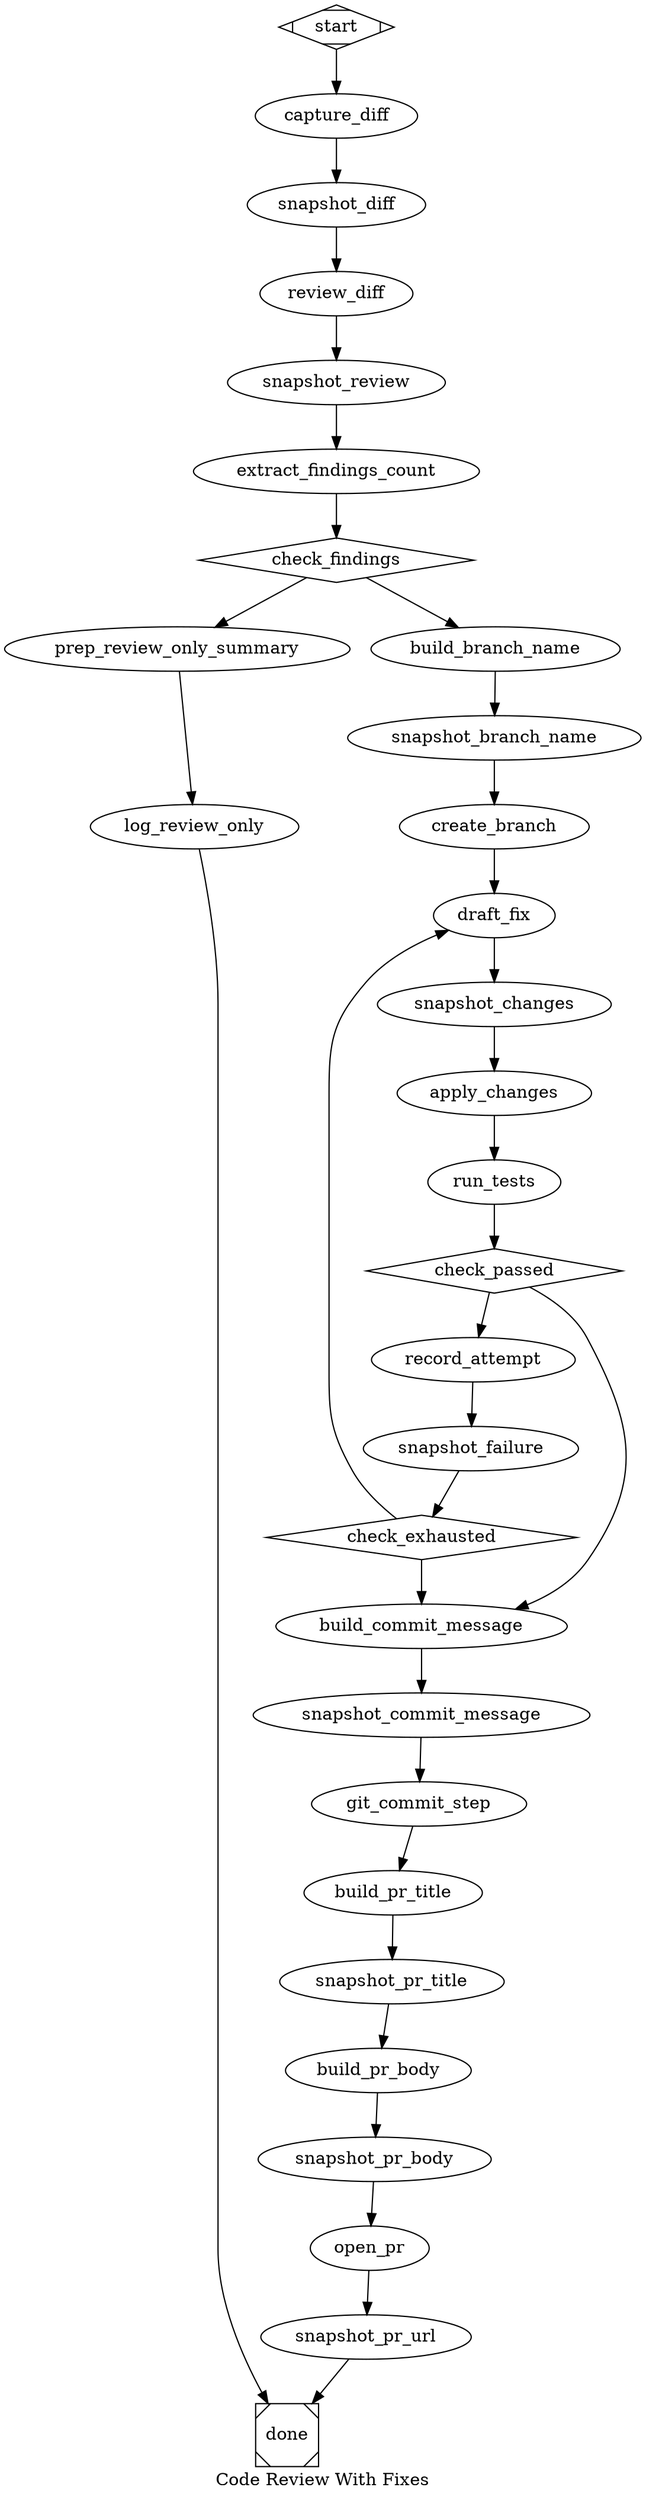
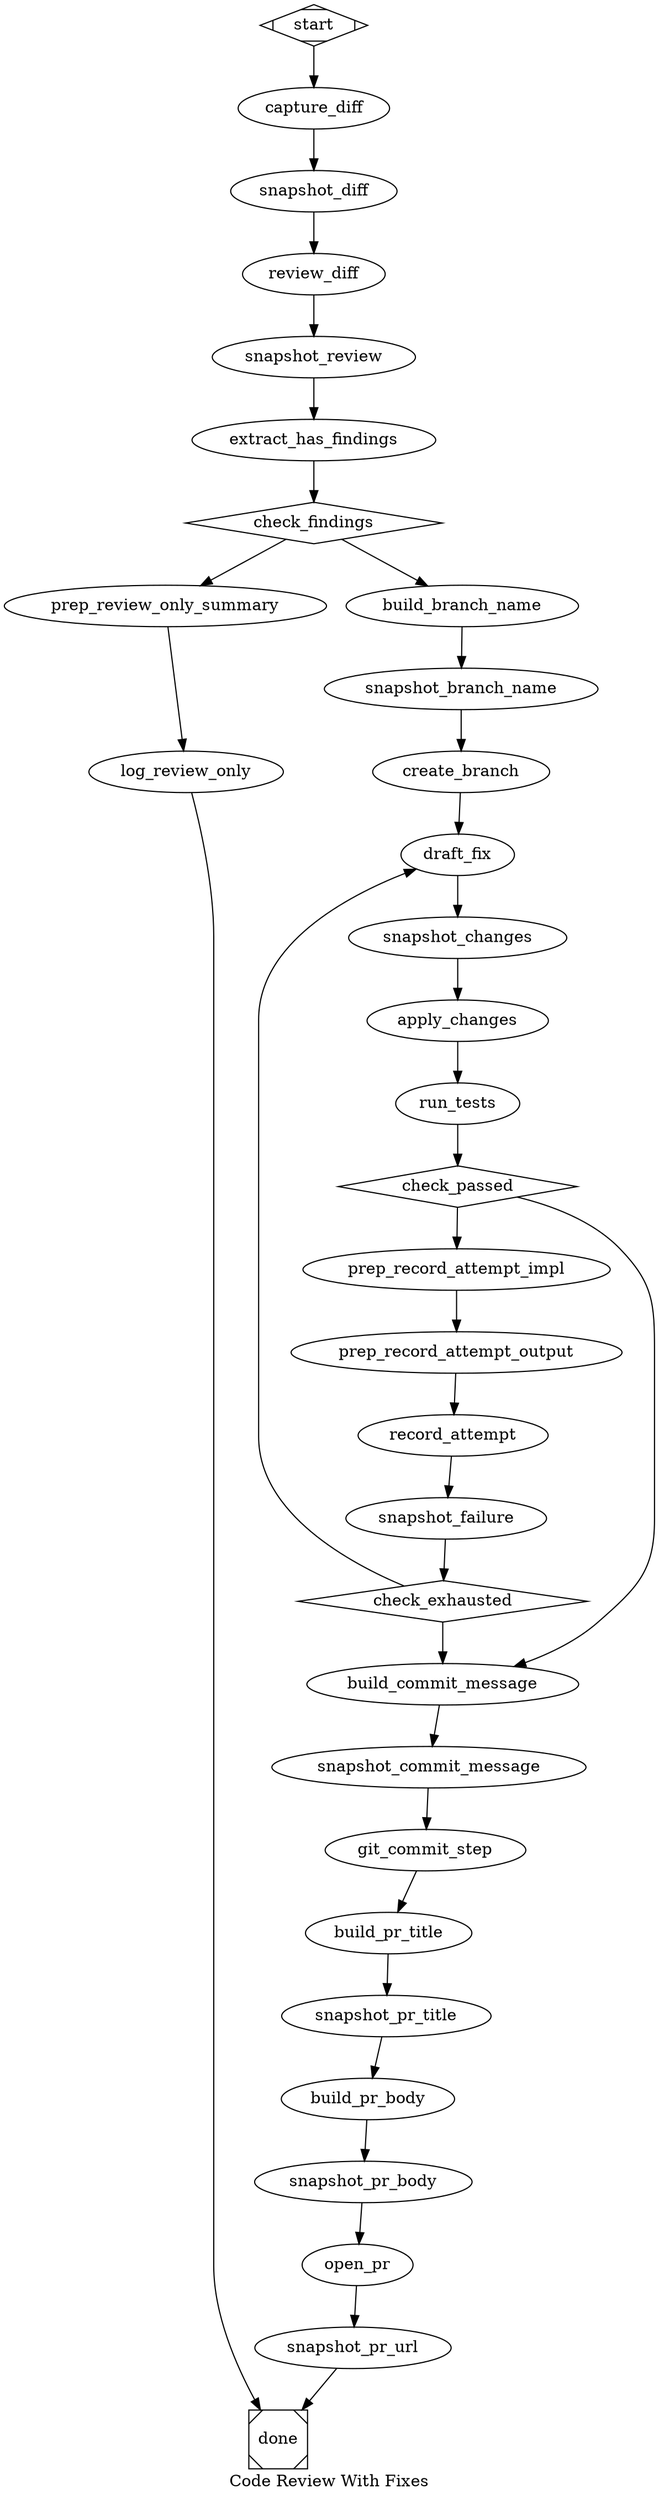
// Code Review With Fixes — Review → Draft Fix → Test → Iterate → PR
//
// On-demand code review pipeline that reads a git diff range, asks an
// LLM to identify issues and draft concrete code fixes, applies the
// fixes to a new branch, runs the test gate, and iterates if tests fail.
// Always ends with a PR (passing or failed-iteration-exhausted) so the
// human reviewer sees the full attempt.
//
// Modeled on `apps/arbor_orchestrator/specs/pipelines/examples/tdd-cycle.dot`'s
// iterate-until-pass shape. Differences:
//   - input is a git diff range, not a spec
//   - terminus is a PR open, not a status flag
//   - failure mode opens a PR with a "manual review needed" status
//     instead of just returning :exhausted
//
// Pipeline shape:
//
//   git_diff (shell) → review_diff (LLM) → check_findings (gate)
//     no findings  → write_review_only_pr → done
//     has findings → create_branch (action: git_branch)
//       → draft_fix (LLM) → apply_fix (action: file_write per file)
//         → run_tests (mix.test) → check_passed (gate)
//             pass → commit + github_pr → done
//             fail → record_attempt (bump counter, snapshot failure)
//               → check_exhausted (gate)
//                   exhausted → commit + github_pr(with "needs manual review")
//                              → done
//                   not exhausted → draft_fix (loop)
//
// Context in (set via initial_values when calling Orchestrator.run, or
// passed as Oban worker args):
//   diff_range       — git diff range to review (default "HEAD~3..HEAD")
//   workdir          — repo path (default `pwd`)
//   max_iterations   — integer cap on fix attempts (default 3)
//   session.agent_id — signing principal (set by PipelineRunner)
//
// Context out (read by caller from the final context):
//   converged        — boolean, true iff tests passed after fixes
//   iteration        — number of fix attempts made
//   pr_url           — URL of the opened PR
//   last_failure     — final test runner output (empty if converged)
//
// Capabilities required (declared in code_review_with_fixes.caps.json):
//   arbor://shell/exec/git           — git_diff, git_branch, git_commit
//   arbor://shell/exec/mix/test      — running the test gate
//   arbor://shell/exec/gh            — github_pr action shells to gh
//   arbor://fs/read/<repo>/**        — read source for context
//   arbor://fs/write/<repo>/**       — write fix files

digraph CodeReviewWithFixes {
  graph [
    goal="Review a git diff, draft fixes, iterate until tests pass, open a PR",
    label="Code Review With Fixes",
    default_max_retries="0"
  ]

  start [shape=Mdiamond]

  // ── Phase 0: Capture the diff to review ────────────────────────────

  // Default to HEAD~3..HEAD when caller didn't override.
  // Shell node stdout lands in shell.<id>.output (not last_response —
  // see the 2026-06-05 ShellHandler clobber fix in commit 308333df).
  capture_diff [
    type="shell",
    command="git diff ${diff_range:-HEAD~3..HEAD}",
-     sandbox="basic",
+     sandbox="none",
    timeout="30000",
    on_error="fail",
    data_class="internal"
  ]

  // Snapshot the diff onto a stable key the reviewer can read.
  snapshot_diff [
    type="transform",
    transform="identity",
    source_key="shell.capture_diff.output",
    output_key="diff_content"
  ]

  // ── Phase 1: Review the diff ───────────────────────────────────────

  // Single reviewer (not council). Fixes need a coherent voice — multi-
  // model synthesis works for review-only pipelines but fragments when
  // the same output has to drive concrete code changes.
  //
  // Output contract: JSON with `findings` (list of {file, line, issue,
  // suggested_fix}) and `summary`. The schema is enforced by the
  // system_prompt; downstream gates read `findings` to decide whether
  // there's work to do.
  review_diff [
    type="compute",
    purpose="llm",
    simulate="false",
+     llm_provider="lm_studio",
+     llm_model="gemma-4-31b-it",
    use_tools="false",
    max_tokens="16384",
    temperature="0.2",
    timeout="600000",
-     system_prompt="You are a meticulous code reviewer. Read the git diff and identify CONCRETE issues that warrant a code change — bugs, security holes, missing nil handling, race conditions, off-by-one, wrong base cases, broken pattern matches, capability misuse. Skip stylistic preferences unless they cross into correctness. Output ONLY valid JSON with this shape: {\"summary\": \"<one paragraph>\", \"findings\": [{\"file\": \"<path>\", \"line\": <number>, \"issue\": \"<what's wrong>\", \"suggested_fix\": \"<concrete change to make, NOT prose — code or precise edit instructions>\"}]}. If you find no actionable issues, return {\"summary\": \"<paragraph explaining no issues found>\", \"findings\": []}. Cite exact file paths and line numbers from the diff. Do not invent issues that the diff doesn't actually contain.",
+     system_prompt="You are a meticulous code reviewer. Read the git diff and identify CONCRETE issues that warrant a code change — bugs, security holes, missing nil handling, race conditions, off-by-one, wrong base cases, broken pattern matches, capability misuse. Skip stylistic preferences unless they cross into correctness. Output ONLY valid JSON (no markdown code fences, no preface text) with this shape: {\"summary\": \"<one paragraph>\", \"has_findings\": <true|false>, \"findings\": [{\"file\": \"<path>\", \"line\": <number>, \"issue\": \"<what's wrong>\", \"suggested_fix\": \"<concrete change — code or precise edit instructions>\"}]}. The `has_findings` boolean MUST agree with whether the `findings` array is non-empty. If you find no actionable issues, set `has_findings: false` and `findings: []`. Cite exact file paths and line numbers from the diff. Do not invent issues.",
    prompt_context_key="diff_content"
  ]

  // Snapshot the review onto a stable key before downstream nodes
  // clobber last_response.
  snapshot_review [
    type="transform",
    transform="identity",
    source_key="last_response",
    output_key="review_json"
  ]

-   // Extract findings count to drive the gate. transform=json_extract
-   // applied to a JSON object pulls the named field's length when given
-   // a list expression.
-   extract_findings_count [
+   // Extract has_findings (boolean) to drive the gate. The condition
+   // language doesn't support list-length operations, so we route on
+   // the LLM-emitted boolean instead. The system_prompt requires the
+   // model to keep `has_findings` in sync with the `findings` list.
+   extract_has_findings [
    type="transform",
    transform="json_extract",
    source_key="review_json",
-     expression="findings | length",
-     output_key="findings_count"
+     expression="has_findings",
+     output_key="has_findings"
  ]

  // ── Phase 2: Gate on whether there's anything to fix ───────────────

  check_findings [
    shape="diamond",
    type="gate",
-     condition_key="findings_count"
+     condition_key="has_findings"
  ]

  // ── Phase 3 (no-findings branch): open a review-only PR ────────────

  // Even a clean review gets a PR so the human sees what the agent
  // looked at and what it concluded. The PR body IS the review summary.
  // No branch needed because there are no file changes — but we still
  // want the run logged.
  prep_review_only_summary [
    type="transform",
    transform="json_extract",
    source_key="review_json",
    expression="summary",
    output_key="pr_body"
  ]

  log_review_only [
    type="shell",
    command="echo 'No actionable findings; review summary written to context.'",
-     sandbox="basic",
+     sandbox="none",
    timeout="5000",
    on_error="continue"
  ]

  // ── Phase 3 (has-findings branch): create branch + iterate ─────────

  // Branch name embeds a short tag and the current iso8601 timestamp
  // so concurrent runs don't collide.
  build_branch_name [
    type="shell",
    command="printf 'review-fix-%s' \"$(date -u +%Y%m%d-%H%M%S)\"",
    sandbox="none",
    timeout="5000",
    on_error="fail"
  ]

  snapshot_branch_name [
    type="transform",
    transform="identity",
    source_key="shell.build_branch_name.output",
    output_key="branch_name"
  ]

  create_branch [
    type="exec",
    target="action",
    action="git_branch",
    context_keys="branch_name"
  ]

  // ── Phase 4: Draft fix + apply (the iteration loop) ────────────────

  // First entry to the loop. Subsequent entries come from check_passed.
  draft_fix [
    type="compute",
    purpose="llm",
    simulate="false",
+     llm_provider="lm_studio",
+     llm_model="gemma-4-31b-it",
    use_tools="false",
    max_tokens="16384",
    temperature="0.2",
    timeout="600000",
    system_prompt="You are applying targeted code fixes based on a prior review. Read the review JSON (containing findings with file paths, line numbers, and suggested fixes) and produce CONCRETE file changes. Output ONLY valid JSON with this shape: {\"changes\": [{\"file\": \"<path>\", \"content\": \"<COMPLETE new file content>\"}]}. For each file you change, include the FULL new content — not a diff, not a patch. If a previous attempt failed (see last_failure context), incorporate the failure feedback into your next attempt. Do not change files outside what the findings dictate.",
    prompt_context_key="review_json"
  ]

  snapshot_changes [
    type="transform",
    transform="identity",
    source_key="last_response",
    output_key="changes_json"
  ]

  // The "apply" step writes each file. For v1 this is a fan-out
  // exercise — each finding becomes one file_write. We bundle the
  // logic in a custom action (`apply_changes`) so the DOT stays
  // readable and the per-file write is one atomic unit.
  apply_changes [
    type="exec",
    target="action",
    action="apply_changes",
    context_keys="changes_json,workdir"
  ]

  // ── Phase 5: Run the test gate ─────────────────────────────────────

  run_tests [
    type="exec",
    target="action",
    action="mix_test",
    context_keys="workdir"
  ]

  // mix_test returns context_updates.exec.run_tests.passed (boolean)
  // and .output (test runner output). The gate routes on `.passed`.
  check_passed [
    shape="diamond",
    type="gate",
    condition_key="exec.run_tests.passed"
  ]

  // ── Phase 5a (tests fail): record + check iteration cap ────────────

+   // Rename context keys to match `tdd_record_attempt`'s schema params.
+   // The action wants `current_impl` and `test_output`; we have
+   // `changes_json` and `exec.run_tests.output`.
+   prep_record_attempt_impl [
+     type="transform",
+     transform="identity",
+     source_key="changes_json",
+     output_key="current_impl"
+   ]
+ 
+   prep_record_attempt_output [
+     type="transform",
+     transform="identity",
+     source_key="exec.run_tests.output",
+     output_key="test_output"
+   ]
+ 
  record_attempt [
    type="exec",
    target="action",
-     action="bump_iteration",
-     context_keys="iteration"
+     action="tdd_record_attempt",
+     context_keys="iteration,max_iterations,current_impl,test_output"
  ]

  snapshot_failure [
    type="transform",
    transform="identity",
    source_key="exec.run_tests.output",
    output_key="last_failure"
  ]

  check_exhausted [
    shape="diamond",
    type="gate",
-     condition_key="iteration"
+     condition_key="exec.record_attempt.exhausted"
  ]

  // ── Phase 6 (converged OR exhausted): commit + open PR ─────────────

  // Build a commit message that includes the review summary so the PR
  // commit history reflects the agent's reasoning.
  build_commit_message [
    type="shell",
    command="printf 'agent-review: apply fixes from automated review\\n\\n%s\\n' \"${pr_body:-Automated code review and fix attempt}\"",
    sandbox="none",
    timeout="5000",
    on_error="continue"
  ]

  snapshot_commit_message [
    type="transform",
    transform="identity",
    source_key="shell.build_commit_message.output",
    output_key="commit_message"
  ]

  git_commit_step [
    type="exec",
    target="action",
    action="git_commit",
    context_keys="commit_message"
  ]

  build_pr_title [
    type="shell",
    command="printf 'Automated code review: %s' \"${branch_name:-review-fix}\"",
    sandbox="none",
    timeout="5000",
    on_error="continue"
  ]

  snapshot_pr_title [
    type="transform",
    transform="identity",
    source_key="shell.build_pr_title.output",
    output_key="pr_title"
  ]

  // The PR body combines the review summary + iteration status. When
  // converged, it's "fixes passed N iterations". When exhausted, it
  // explicitly says "manual review needed — tests still failing".
  build_pr_body [
    type="compute",
    purpose="llm",
    simulate="false",
+     llm_provider="lm_studio",
+     llm_model="gemma-4-31b-it",
    use_tools="false",
    max_tokens="2048",
    temperature="0.1",
    timeout="120000",
    system_prompt="You write a concise PR body for an automated code review. Inputs in context: review_json (the original review), iteration (attempts made), last_failure (test output if tests still failing, empty if passed). Output markdown only with sections: ## Summary (one paragraph), ## Findings (bulleted list from review_json.findings), ## Iteration status (\"Converged after N attempts; tests passing.\" OR \"Exhausted N attempts; tests still failing — manual review needed.\" with failure excerpt). Keep it short and factual.",
    prompt_context_key="review_json"
  ]

  snapshot_pr_body [
    type="transform",
    transform="identity",
    source_key="last_response",
    output_key="pr_body_final"
  ]

  open_pr [
    type="exec",
    target="action",
    action="github_pr",
    context_keys="pr_title,pr_body_final,branch_name"
  ]

  snapshot_pr_url [
    type="transform",
    transform="identity",
    source_key="exec.open_pr.pr_url",
    output_key="pr_url"
  ]

  done [shape=Msquare]

  // ── Flow ───────────────────────────────────────────────────────────

  start -> capture_diff -> snapshot_diff -> review_diff -> snapshot_review
-   snapshot_review -> extract_findings_count -> check_findings
+   snapshot_review -> extract_has_findings -> check_findings

  // No findings → write review-only PR (no branch needed; agent just
  // surfaces the empty review for the human to acknowledge).
-   check_findings -> prep_review_only_summary [condition="findings_count=0"]
+   // Condition syntax: `=` and `!=` only; context keys take the
+   // `context.` prefix (see conformance §11.9).
+   check_findings -> prep_review_only_summary [condition="context.has_findings=false"]
  prep_review_only_summary -> log_review_only -> done

  // Has findings → enter the iterate loop
-   check_findings -> build_branch_name [condition="findings_count!=0"]
+   check_findings -> build_branch_name [condition="context.has_findings=true"]
  build_branch_name -> snapshot_branch_name -> create_branch -> draft_fix

  draft_fix -> snapshot_changes -> apply_changes -> run_tests -> check_passed

-   // Tests pass → commit + PR
-   check_passed -> build_commit_message [condition="exec.run_tests.passed=true"]
- 
-   // Tests fail → record + check iteration cap
-   check_passed -> record_attempt [condition="exec.run_tests.passed=false"]
+   // Tests pass → commit + PR. The mix_test action puts `passed`
+   // (boolean) into context.exec.run_tests.passed; conditions test
+   // that as a string equality.
+   check_passed -> build_commit_message [condition="context.exec.run_tests.passed=true"]
+ 
+   // Tests fail → prep params, record, snapshot, check iteration cap
+   check_passed -> prep_record_attempt_impl [condition="context.exec.run_tests.passed=false"]
+   prep_record_attempt_impl -> prep_record_attempt_output -> record_attempt
  record_attempt -> snapshot_failure -> check_exhausted

-   // Not exhausted → loop back to draft_fix with failure feedback in
-   // context.
-   check_exhausted -> draft_fix [condition="iteration<3"]
- 
-   // Exhausted → commit + PR anyway (with "manual review" status in
-   // the body via build_pr_body)
-   check_exhausted -> build_commit_message [condition="iteration>=3"]
+   // `tdd_record_attempt` writes `exhausted: boolean` into its result.
+   // Condition expressions can't do numeric comparison (`<`/`>=`) so we
+   // route on the boolean directly.
+   check_exhausted -> draft_fix [condition="context.exec.record_attempt.exhausted=false"]
+   check_exhausted -> build_commit_message [condition="context.exec.record_attempt.exhausted=true"]

  // Final straight line: commit → PR → done
  build_commit_message -> snapshot_commit_message -> git_commit_step
  git_commit_step -> build_pr_title -> snapshot_pr_title -> build_pr_body
  build_pr_body -> snapshot_pr_body -> open_pr -> snapshot_pr_url -> done
}
